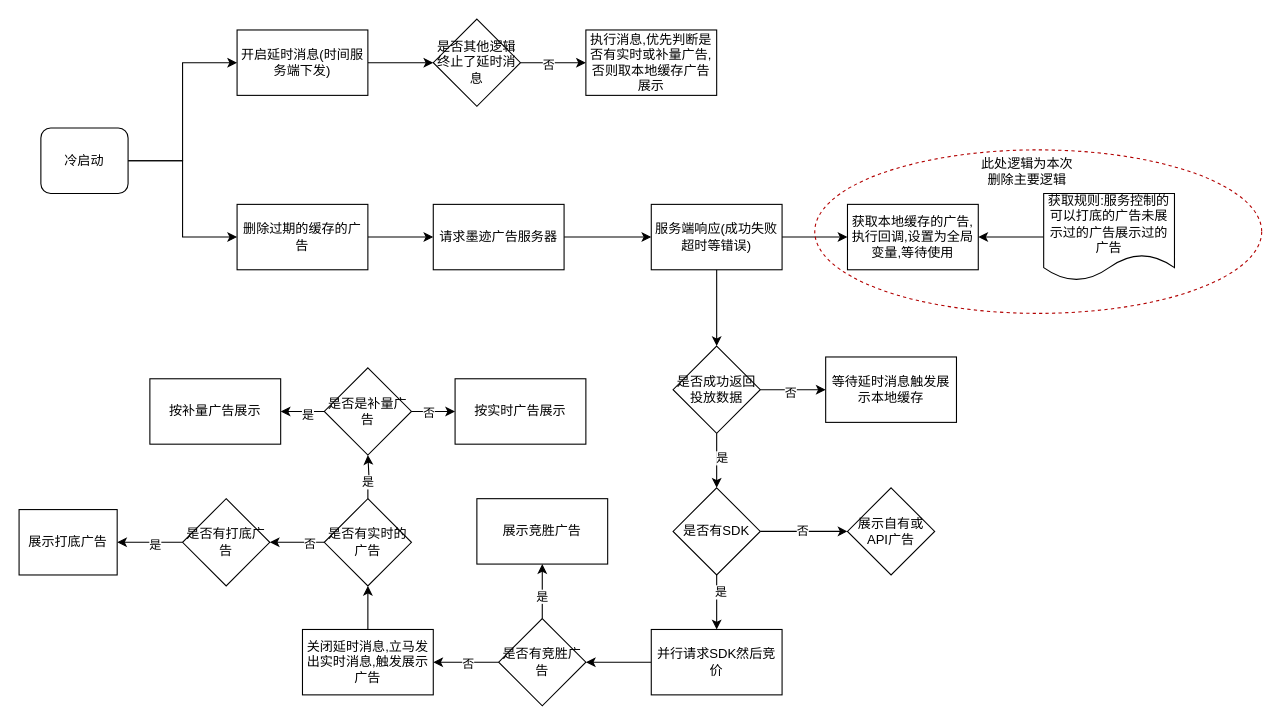
Above: moji/未命名绘图.drawio in HengqianSong/drawIO (draw.io), before the change. Source tidied: cells renumbered, new cells numbered last; positions are measured from the earlier drawing's top-left corner, leaving out a move shared by most shapes. Both pictures are drawn from the tidied source at 109%, with x=0, y=0 at pixel (19, 19).
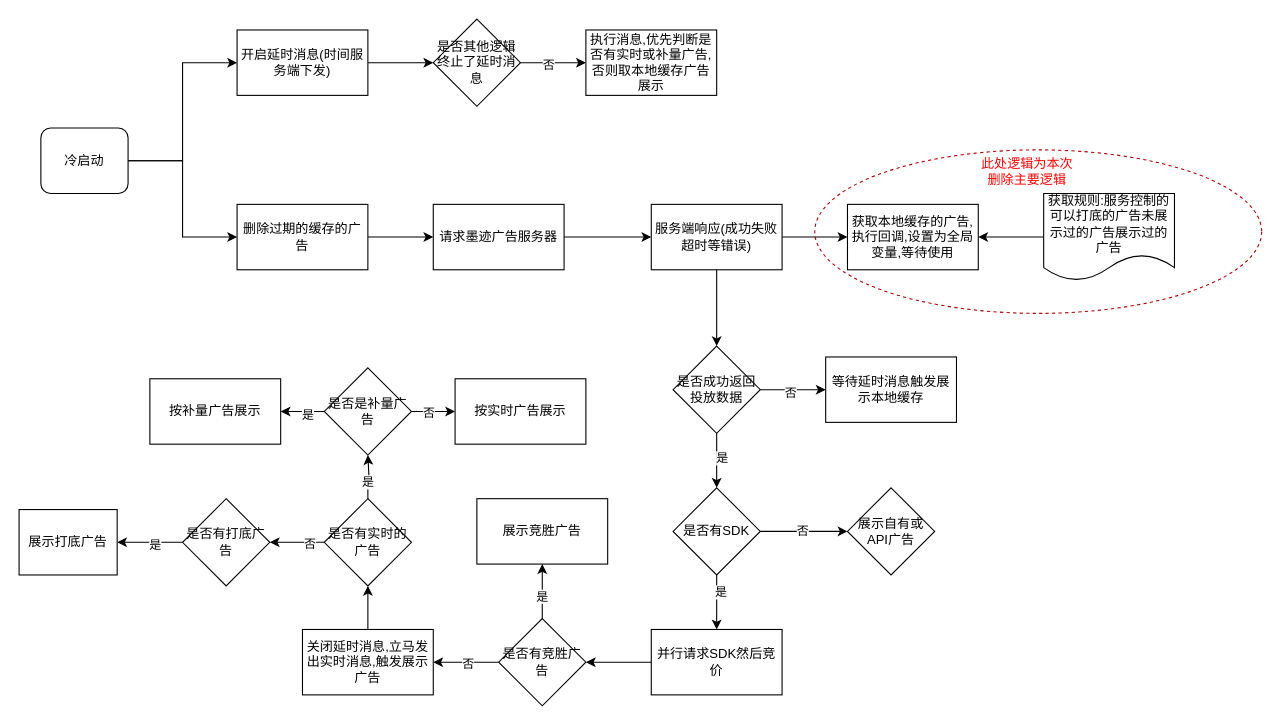
The same diagram, later.

Commit message:
更新开屏打底流程图.drawio

The edit, as a diff of the source:
```diff
@@
-    <mxCell id="60" value="此处逻辑为本次删除主要逻辑" style="text;html=1;strokeColor=none;fillColor=none;align=center;verticalAlign=middle;whiteSpace=wrap;rounded=0;" parent="1" vertex="1">
+    <mxCell id="60" value="此处逻辑为本次删除主要逻辑" style="text;html=1;align=center;verticalAlign=middle;whiteSpace=wrap;rounded=0;fontColor=#FF0000;" parent="1" vertex="1">
       <mxGeometry x="880" y="130" width="90" height="20" as="geometry" />
     </mxCell>
```
